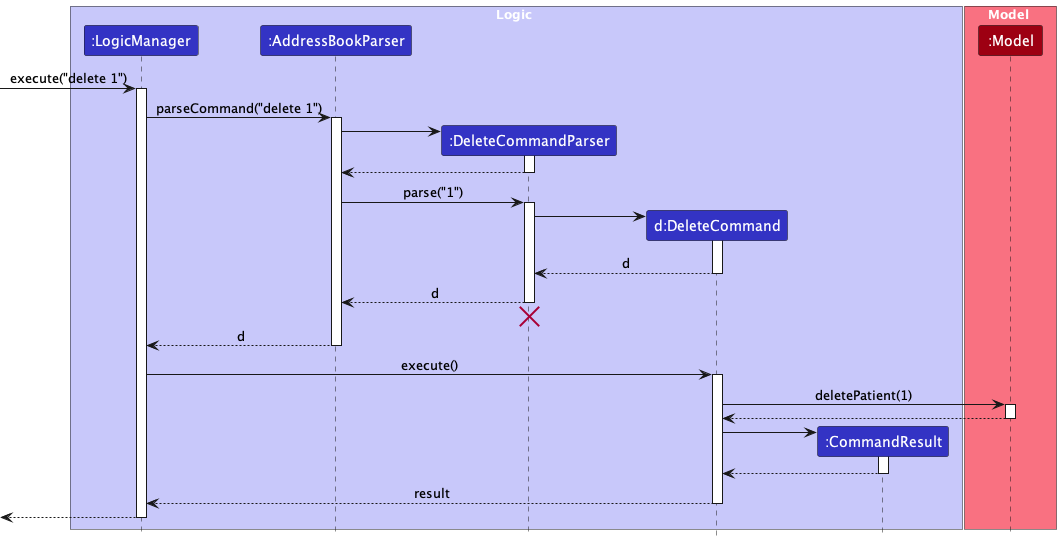
The PlantUML diagram docs/images/DeleteSequenceDiagram.png in nus-cs2103-AY2223S2/tp, before a commit.
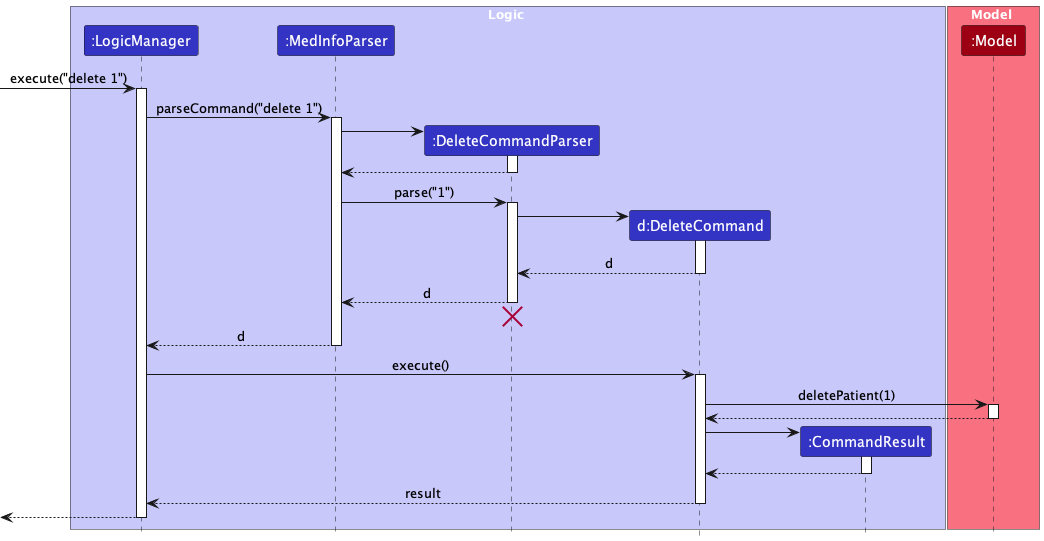
The same diagram one commit later.

The edit, as a diff of the source:
```diff
@@ -3,7 +3,7 @@
 
 box Logic LOGIC_COLOR_T1
 participant ":LogicManager" as LogicManager LOGIC_COLOR
-participant ":AddressBookParser" as AddressBookParser LOGIC_COLOR
+participant ":MedInfoParser" as MedInfoParser LOGIC_COLOR
 participant ":DeleteCommandParser" as DeleteCommandParser LOGIC_COLOR
 participant "d:DeleteCommand" as DeleteCommand LOGIC_COLOR
 participant ":CommandResult" as CommandResult LOGIC_COLOR
@@ -16,17 +16,17 @@
 [-> LogicManager : execute("delete 1")
 activate LogicManager
 
-LogicManager -> AddressBookParser : parseCommand("delete 1")
-activate AddressBookParser
+LogicManager -> MedInfoParser : parseCommand("delete 1")
+activate MedInfoParser
 
 create DeleteCommandParser
-AddressBookParser -> DeleteCommandParser
+MedInfoParser -> DeleteCommandParser
 activate DeleteCommandParser
 
-DeleteCommandParser --> AddressBookParser
+DeleteCommandParser --> MedInfoParser
 deactivate DeleteCommandParser
 
-AddressBookParser -> DeleteCommandParser : parse("1")
+MedInfoParser -> DeleteCommandParser : parse("1")
 activate DeleteCommandParser
 
 create DeleteCommand
@@ -36,13 +36,13 @@
 DeleteCommand --> DeleteCommandParser : d
 deactivate DeleteCommand
 
-DeleteCommandParser --> AddressBookParser : d
+DeleteCommandParser --> MedInfoParser : d
 deactivate DeleteCommandParser
-DeleteCommandParser -[hidden]-> AddressBookParser
+DeleteCommandParser -[hidden]-> MedInfoParser
 destroy DeleteCommandParser
 
-AddressBookParser --> LogicManager : d
-deactivate AddressBookParser
+MedInfoParser --> LogicManager : d
+deactivate MedInfoParser
 
 LogicManager -> DeleteCommand : execute()
 activate DeleteCommand
```
